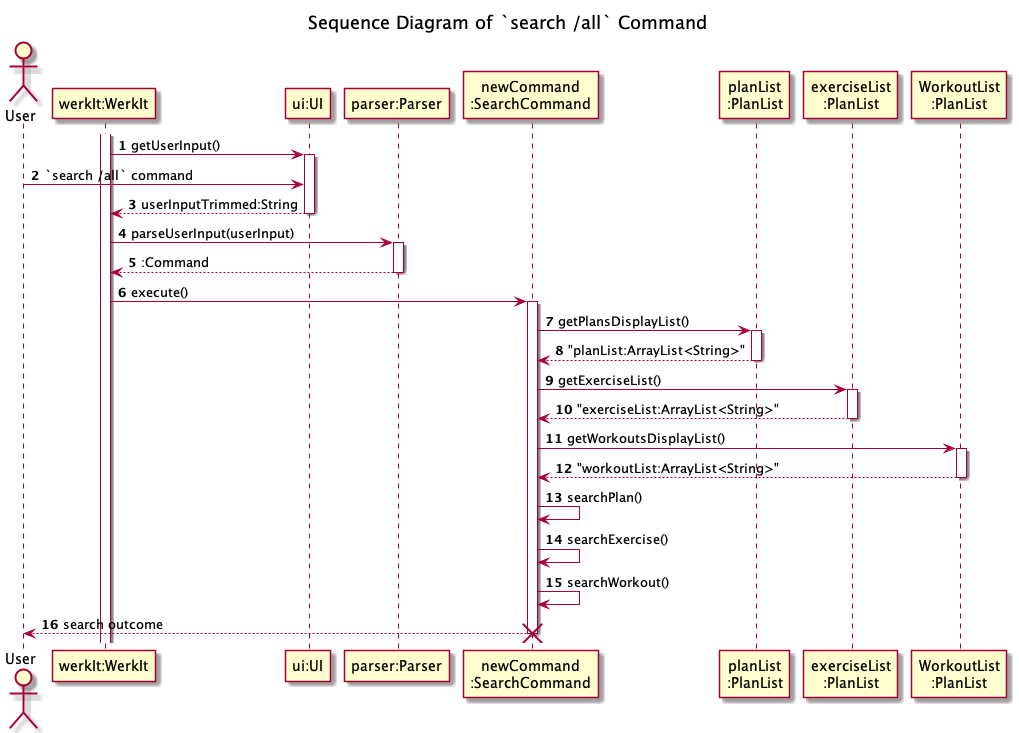
Before: docs/uml/sequenceDiagrams/search/images/searchAll.png, a diagram exported from PlantUML (nus-cs2113-AY2122S2/tp).
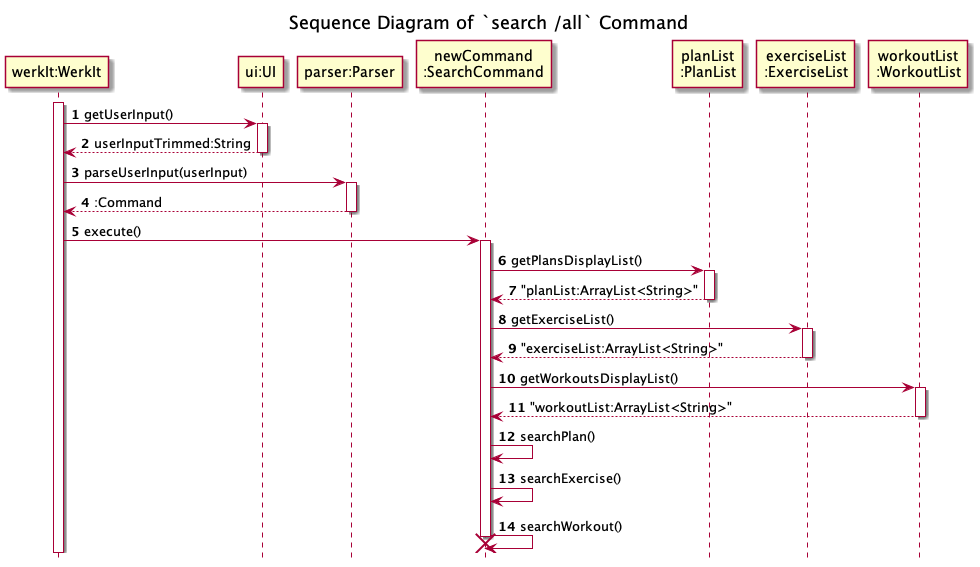
The same file after the commit.

Diff of the diagram source:
```diff
@@ -1,23 +1,22 @@
 @startuml
-!include ../Style.puml
+!include ../../Style.puml
 
 autonumber
-
+hide footbox
 title Sequence Diagram of `search /all` Command
 
-actor   User
+
 participant "werkIt:WerkIt" AS WerkIt
 participant "ui:UI" AS UI1
 participant "parser:Parser" AS Parser
 participant "newCommand\n:SearchCommand" AS newCommand
 participant "planList\n:PlanList" AS PlanList
-participant "exerciseList\n:PlanList" AS ExerciseList
-participant "WorkoutList\n:PlanList" AS WorkoutList
+participant "exerciseList\n:ExerciseList" AS ExerciseList
+participant "workoutList\n:WorkoutList" AS WorkoutList
 
 activate WerkIt
 WerkIt -> UI1 : getUserInput()
 activate UI1
-User -> UI1 : `search /all` command
 WerkIt <-- UI1 : userInputTrimmed:String
 deactivate UI1
 
@@ -49,7 +48,6 @@
 newCommand -> newCommand : searchPlan()
 newCommand -> newCommand : searchExercise()
 newCommand -> newCommand : searchWorkout()
-User <-- newCommand : search outcome
 
 deactivate newCommand
 
```
